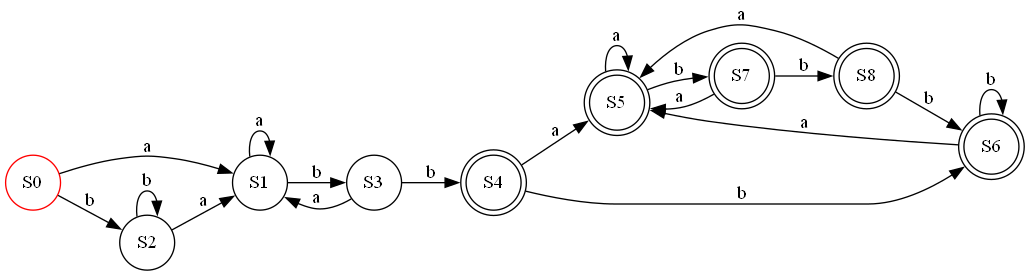
Earlier version of the Graphviz export subsetConstruction.gv.png (esc20936/laboratorio1_Dise-oLenguajesDeProgramacion). Its source is kept beside it as subsetConstruction.gv.
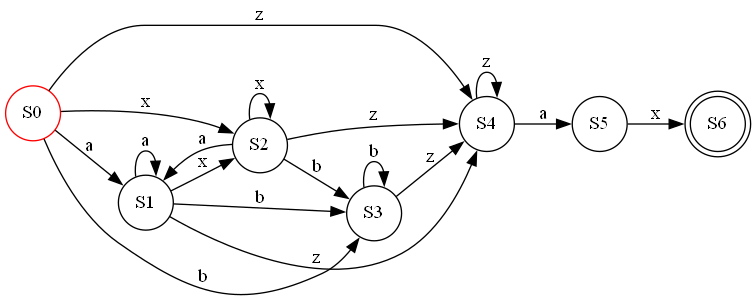
Later version of the same file.

What changed in the source:
```diff
@@ -17,16 +17,12 @@
 	node [color=black shape=circle]
 	S3
 	node [color=black shape=circle]
-	node [shape=doublecircle]
 	S4
 	node [color=black shape=circle]
-	node [shape=doublecircle]
 	S4
 	node [color=black shape=circle]
-	node [shape=doublecircle]
 	S5
 	node [color=black shape=circle]
-	node [shape=doublecircle]
 	S5
 	node [color=black shape=circle]
 	node [shape=doublecircle]
@@ -34,34 +30,21 @@
 	node [color=black shape=circle]
 	node [shape=doublecircle]
 	S6
-	node [color=black shape=circle]
-	node [shape=doublecircle]
-	S7
-	node [color=black shape=circle]
-	node [shape=doublecircle]
-	S7
-	node [color=black shape=circle]
-	node [shape=doublecircle]
-	S8
-	node [color=black shape=circle]
-	node [shape=doublecircle]
-	S8
 	S0 -> S1 [label=a]
-	S0 -> S2 [label=b]
+	S0 -> S2 [label=x]
+	S0 -> S3 [label=b]
+	S0 -> S4 [label=z]
 	S1 -> S1 [label=a]
+	S1 -> S2 [label=x]
 	S1 -> S3 [label=b]
+	S1 -> S4 [label=z]
 	S2 -> S1 [label=a]
-	S2 -> S2 [label=b]
-	S3 -> S1 [label=a]
-	S3 -> S4 [label=b]
+	S2 -> S2 [label=x]
+	S2 -> S3 [label=b]
+	S2 -> S4 [label=z]
+	S3 -> S3 [label=b]
+	S3 -> S4 [label=z]
 	S4 -> S5 [label=a]
-	S4 -> S6 [label=b]
-	S5 -> S5 [label=a]
-	S5 -> S7 [label=b]
-	S6 -> S5 [label=a]
-	S6 -> S6 [label=b]
-	S7 -> S5 [label=a]
-	S7 -> S8 [label=b]
-	S8 -> S5 [label=a]
-	S8 -> S6 [label=b]
+	S4 -> S4 [label=z]
+	S5 -> S6 [label=x]
 }
```
